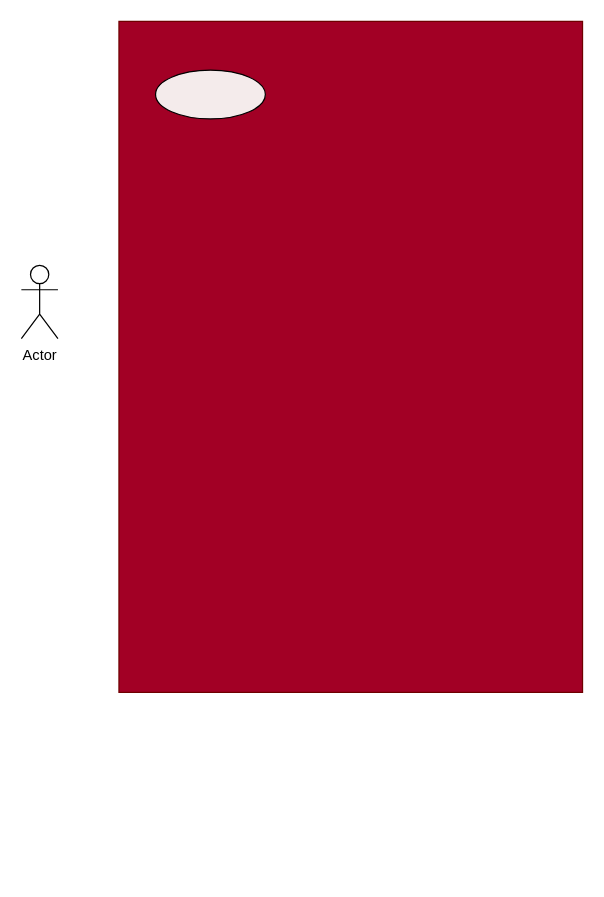
Before: useCase.drawio in 10LOKI/taskBoard, a draw.io diagram. Source tidied: cells renumbered, new cells numbered last; positions are measured from the earlier drawing's top-left corner, leaving out a move shared by most shapes. Both pictures are drawn from the tidied source at 122%, with x=0, y=0 at pixel (21, 21).
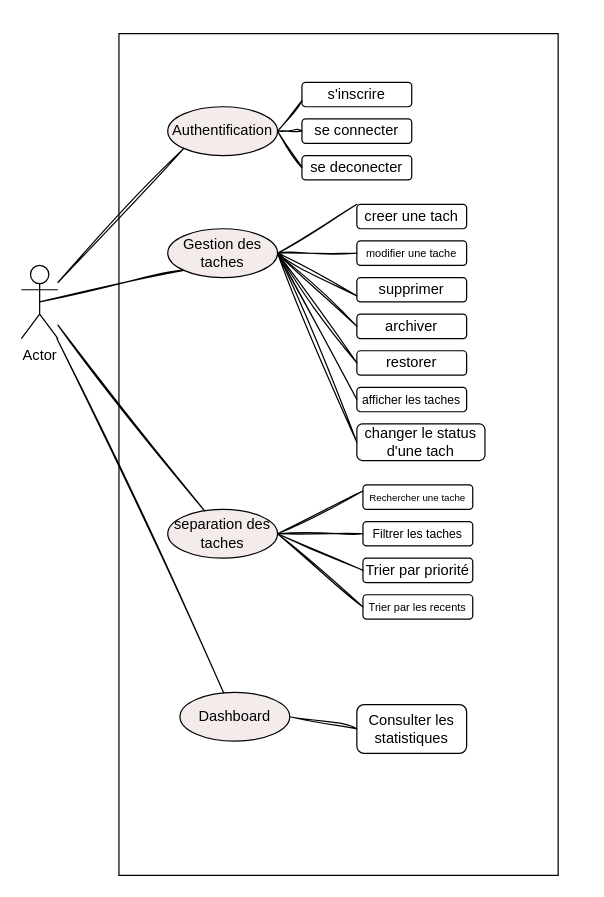
After the change.

The change refers to these unchanged cells:
```xml
<mxCell id="2" value="Actor" style="shape=umlActor;verticalLabelPosition=bottom;verticalAlign=top;html=1;outlineConnect=0;" parent="1" vertex="1">
  <mxGeometry y="200" width="30" height="60" as="geometry" />
</mxCell>
```

Diff of the diagram source:
```diff
@@
-    <mxCell id="3" style="verticalLabelPosition=bottom;verticalAlign=top;html=1;shape=mxgraph.basic.rect;fillColor2=none;strokeWidth=1;size=20;indent=5;fillColor=#a20025;fontColor=#ffffff;strokeColor=#6F0000;" parent="1" vertex="1">
-      <mxGeometry x="80" width="380" height="550" as="geometry" />
+    <mxCell id="3" style="verticalLabelPosition=bottom;verticalAlign=top;html=1;shape=mxgraph.basic.rect;fillColor2=none;strokeWidth=1;size=20;indent=5;" parent="1" vertex="1">
+      <mxGeometry x="80" y="10" width="360" height="690" as="geometry" />
     </mxCell>
-    <mxCell id="4" style="ellipse;whiteSpace=wrap;html=1;fillColor=#f4ebeb;" parent="1" vertex="1">
-      <mxGeometry x="110" y="40" width="90" height="40" as="geometry" />
+    <mxCell id="4" value="Authentification" style="ellipse;whiteSpace=wrap;html=1;fillColor=#f4ebeb;" parent="1" vertex="1">
+      <mxGeometry x="120" y="70" width="90" height="40" as="geometry" />
     </mxCell>
+    <mxCell id="5" value="Consulter les statistiques" style="rounded=1;whiteSpace=wrap;html=1;" parent="1" vertex="1">
+      <mxGeometry x="275" y="560" width="90" height="40" as="geometry" />
+    </mxCell>
+    <mxCell id="6" value="s'inscrire" style="rounded=1;whiteSpace=wrap;html=1;" parent="1" vertex="1">
+      <mxGeometry x="230" y="50" width="90" height="20" as="geometry" />
+    </mxCell>
+    <mxCell id="7" value="se connecter" style="rounded=1;whiteSpace=wrap;html=1;" parent="1" vertex="1">
+      <mxGeometry x="230" y="80" width="90" height="20" as="geometry" />
+    </mxCell>
+    <mxCell id="8" value="se deconecter" style="rounded=1;whiteSpace=wrap;html=1;" parent="1" vertex="1">
+      <mxGeometry x="230" y="110" width="90" height="20" as="geometry" />
+    </mxCell>
+    <mxCell id="9" value="Gestion des taches" style="ellipse;whiteSpace=wrap;html=1;fillColor=#f4ebeb;" parent="1" vertex="1">
+      <mxGeometry x="120" y="170" width="90" height="40" as="geometry" />
+    </mxCell>
+    <mxCell id="10" value="archiver" style="rounded=1;whiteSpace=wrap;html=1;" parent="1" vertex="1">
+      <mxGeometry x="275" y="240" width="90" height="20" as="geometry" />
+    </mxCell>
+    <mxCell id="11" value="supprimer" style="rounded=1;whiteSpace=wrap;html=1;" parent="1" vertex="1">
+      <mxGeometry x="275" y="210" width="90" height="20" as="geometry" />
+    </mxCell>
+    <mxCell id="12" value="&lt;font style=&quot;font-size: 9px;&quot;&gt;modifier une tache&lt;/font&gt;" style="rounded=1;whiteSpace=wrap;html=1;" parent="1" vertex="1">
+      <mxGeometry x="275" y="180" width="90" height="20" as="geometry" />
+    </mxCell>
+    <mxCell id="13" value="creer une tach" style="rounded=1;whiteSpace=wrap;html=1;" parent="1" vertex="1">
+      <mxGeometry x="275" y="150" width="90" height="20" as="geometry" />
+    </mxCell>
+    <mxCell id="14" value="restorer" style="rounded=1;whiteSpace=wrap;html=1;" parent="1" vertex="1">
+      <mxGeometry x="275" y="270" width="90" height="20" as="geometry" />
+    </mxCell>
+    <mxCell id="15" value="&lt;font style=&quot;font-size: 10px;&quot;&gt;afficher les taches&lt;/font&gt;" style="rounded=1;whiteSpace=wrap;html=1;" parent="1" vertex="1">
+      <mxGeometry x="275" y="300" width="90" height="20" as="geometry" />
+    </mxCell>
+    <mxCell id="16" value="&lt;font style=&quot;font-size: 12px;&quot;&gt;changer le status d'une tach&lt;/font&gt;" style="rounded=1;whiteSpace=wrap;html=1;" parent="1" vertex="1">
+      <mxGeometry x="275" y="330" width="105" height="30" as="geometry" />
+    </mxCell>
+    <mxCell id="17" value="separation des taches" style="ellipse;whiteSpace=wrap;html=1;fillColor=#f4ebeb;" parent="1" vertex="1">
+      <mxGeometry x="120" y="400" width="90" height="40" as="geometry" />
+    </mxCell>
+    <mxCell id="18" value="Trier par priorité" style="rounded=1;whiteSpace=wrap;html=1;" parent="1" vertex="1">
+      <mxGeometry x="280" y="440" width="90" height="20" as="geometry" />
+    </mxCell>
+    <mxCell id="19" value="&lt;font style=&quot;font-size: 10px;&quot;&gt;Filtrer les taches&lt;/font&gt;" style="rounded=1;whiteSpace=wrap;html=1;" parent="1" vertex="1">
+      <mxGeometry x="280" y="410" width="90" height="20" as="geometry" />
+    </mxCell>
+    <mxCell id="20" value="&lt;font style=&quot;font-size: 8px;&quot;&gt;Rechercher une tache&lt;/font&gt;" style="rounded=1;whiteSpace=wrap;html=1;" parent="1" vertex="1">
+      <mxGeometry x="280" y="380" width="90" height="20" as="geometry" />
+    </mxCell>
+    <mxCell id="21" value="&lt;font style=&quot;font-size: 9px;&quot;&gt;Trier par les recents&lt;/font&gt;" style="rounded=1;whiteSpace=wrap;html=1;" parent="1" vertex="1">
+      <mxGeometry x="280" y="470" width="90" height="20" as="geometry" />
+    </mxCell>
+    <mxCell id="22" value="Dashboard" style="ellipse;whiteSpace=wrap;html=1;fillColor=#f4ebeb;" parent="1" vertex="1">
+      <mxGeometry x="130" y="550" width="90" height="40" as="geometry" />
+    </mxCell>
+    <mxCell id="23" style="endArrow=none;html=1;rounded=0;sketch=1;hachureGap=4;jiggle=2;curveFitting=1;fontFamily=Architects Daughter;fontSize=16;exitX=0;exitY=1;exitDx=0;exitDy=0;" parent="1" edge="1" source="4" target="2">
+      <mxGeometry relative="1" as="geometry" />
+    </mxCell>
+    <mxCell id="24" style="endArrow=none;html=1;rounded=0;sketch=1;hachureGap=4;jiggle=2;curveFitting=1;fontFamily=Architects Daughter;fontSize=16;exitX=0;exitY=1;exitDx=0;exitDy=0;entryX=0.5;entryY=0.5;entryDx=0;entryDy=0;entryPerimeter=0;" parent="1" edge="1" source="9" target="2">
+      <mxGeometry relative="1" as="geometry" />
+    </mxCell>
+    <mxCell id="25" style="endArrow=none;html=1;rounded=0;sketch=1;hachureGap=4;jiggle=2;curveFitting=1;fontFamily=Architects Daughter;fontSize=16;" parent="1" edge="1" source="17" target="2">
+      <mxGeometry relative="1" as="geometry" />
+    </mxCell>
+    <mxCell id="26" style="endArrow=none;html=1;rounded=0;sketch=1;hachureGap=4;jiggle=2;curveFitting=1;fontFamily=Architects Daughter;fontSize=16;" parent="1" edge="1" source="22" target="2">
+      <mxGeometry relative="1" as="geometry" />
+    </mxCell>
+    <mxCell id="27" style="endArrow=none;html=1;rounded=0;sketch=1;hachureGap=4;jiggle=2;curveFitting=1;fontFamily=Architects Daughter;fontSize=16;entryX=0;entryY=0;entryDx=0;entryDy=0;exitX=1;exitY=0.5;exitDx=0;exitDy=0;" parent="1" edge="1" source="9" target="13">
+      <mxGeometry relative="1" as="geometry" />
+    </mxCell>
+    <mxCell id="28" style="endArrow=none;html=1;rounded=0;sketch=1;hachureGap=4;jiggle=2;curveFitting=1;fontFamily=Architects Daughter;fontSize=16;exitX=1;exitY=0.5;exitDx=0;exitDy=0;" parent="1" edge="1" source="9" target="12">
+      <mxGeometry relative="1" as="geometry" />
+    </mxCell>
+    <mxCell id="29" style="endArrow=none;html=1;rounded=0;sketch=1;hachureGap=4;jiggle=2;curveFitting=1;fontFamily=Architects Daughter;fontSize=16;entryX=0;entryY=0.75;entryDx=0;entryDy=0;" parent="1" edge="1" target="11">
+      <mxGeometry relative="1" as="geometry">
+        <mxPoint x="210" y="190" as="sourcePoint" />
+      </mxGeometry>
+    </mxCell>
+    <mxCell id="30" style="endArrow=none;html=1;rounded=0;sketch=1;hachureGap=4;jiggle=2;curveFitting=1;fontFamily=Architects Daughter;fontSize=16;entryX=0;entryY=0.5;entryDx=0;entryDy=0;exitX=1;exitY=0.5;exitDx=0;exitDy=0;" parent="1" edge="1" source="9" target="10">
+      <mxGeometry relative="1" as="geometry" />
+    </mxCell>
+    <mxCell id="31" style="endArrow=none;html=1;rounded=0;sketch=1;hachureGap=4;jiggle=2;curveFitting=1;fontFamily=Architects Daughter;fontSize=16;entryX=0;entryY=0.5;entryDx=0;entryDy=0;" parent="1" edge="1" target="14">
+      <mxGeometry relative="1" as="geometry">
+        <mxPoint x="210" y="190" as="sourcePoint" />
+      </mxGeometry>
+    </mxCell>
+    <mxCell id="32" style="endArrow=none;html=1;rounded=0;sketch=1;hachureGap=4;jiggle=2;curveFitting=1;fontFamily=Architects Daughter;fontSize=16;entryX=0;entryY=0.5;entryDx=0;entryDy=0;exitX=1;exitY=0.5;exitDx=0;exitDy=0;" parent="1" edge="1" source="9" target="15">
+      <mxGeometry relative="1" as="geometry" />
+    </mxCell>
+    <mxCell id="33" style="endArrow=none;html=1;rounded=0;sketch=1;hachureGap=4;jiggle=2;curveFitting=1;fontFamily=Architects Daughter;fontSize=16;entryX=0;entryY=0.5;entryDx=0;entryDy=0;exitX=1;exitY=0.5;exitDx=0;exitDy=0;" parent="1" edge="1" source="9" target="16">
+      <mxGeometry relative="1" as="geometry" />
+    </mxCell>
+    <mxCell id="34" style="endArrow=none;html=1;rounded=0;sketch=1;hachureGap=4;jiggle=2;curveFitting=1;fontFamily=Architects Daughter;fontSize=16;entryX=1;entryY=0.5;entryDx=0;entryDy=0;exitX=0;exitY=0.25;exitDx=0;exitDy=0;" parent="1" edge="1" source="20" target="17">
+      <mxGeometry relative="1" as="geometry" />
+    </mxCell>
+    <mxCell id="35" style="endArrow=none;html=1;rounded=0;sketch=1;hachureGap=4;jiggle=2;curveFitting=1;fontFamily=Architects Daughter;fontSize=16;entryX=1;entryY=0.5;entryDx=0;entryDy=0;exitX=0;exitY=0.5;exitDx=0;exitDy=0;" parent="1" edge="1" source="19" target="17">
+      <mxGeometry relative="1" as="geometry" />
+    </mxCell>
+    <mxCell id="36" style="endArrow=none;html=1;rounded=0;sketch=1;hachureGap=4;jiggle=2;curveFitting=1;fontFamily=Architects Daughter;fontSize=16;exitX=0;exitY=0.5;exitDx=0;exitDy=0;" parent="1" edge="1" source="18">
+      <mxGeometry relative="1" as="geometry">
+        <mxPoint x="210" y="420" as="targetPoint" />
+      </mxGeometry>
+    </mxCell>
+    <mxCell id="37" style="endArrow=none;html=1;rounded=0;sketch=1;hachureGap=4;jiggle=2;curveFitting=1;fontFamily=Architects Daughter;fontSize=16;exitX=0;exitY=0.5;exitDx=0;exitDy=0;" parent="1" edge="1" source="21">
+      <mxGeometry relative="1" as="geometry">
+        <mxPoint x="210" y="420" as="targetPoint" />
+      </mxGeometry>
+    </mxCell>
+    <mxCell id="38" style="endArrow=none;html=1;rounded=0;sketch=1;hachureGap=4;jiggle=2;curveFitting=1;fontFamily=Architects Daughter;fontSize=16;exitX=0;exitY=0.5;exitDx=0;exitDy=0;entryX=1;entryY=0.5;entryDx=0;entryDy=0;" parent="1" edge="1" source="5" target="22">
+      <mxGeometry relative="1" as="geometry" />
+    </mxCell>
+    <mxCell id="39" style="endArrow=none;html=1;rounded=0;sketch=1;hachureGap=4;jiggle=2;curveFitting=1;fontFamily=Architects Daughter;fontSize=16;exitX=0;exitY=0.75;exitDx=0;exitDy=0;entryX=1;entryY=0.5;entryDx=0;entryDy=0;" parent="1" edge="1" source="6" target="4">
+      <mxGeometry relative="1" as="geometry" />
+    </mxCell>
+    <mxCell id="40" style="endArrow=none;html=1;rounded=0;sketch=1;hachureGap=4;jiggle=2;curveFitting=1;fontFamily=Architects Daughter;fontSize=16;exitX=0;exitY=0.5;exitDx=0;exitDy=0;" parent="1" edge="1" source="7">
+      <mxGeometry relative="1" as="geometry">
+        <mxPoint x="210" y="90" as="targetPoint" />
+      </mxGeometry>
+    </mxCell>
+    <mxCell id="41" style="endArrow=none;html=1;rounded=0;sketch=1;hachureGap=4;jiggle=2;curveFitting=1;fontFamily=Architects Daughter;fontSize=16;exitX=0;exitY=0.5;exitDx=0;exitDy=0;entryX=1;entryY=0.5;entryDx=0;entryDy=0;" parent="1" edge="1" source="8" target="4">
+      <mxGeometry relative="1" as="geometry" />
+    </mxCell>
```
